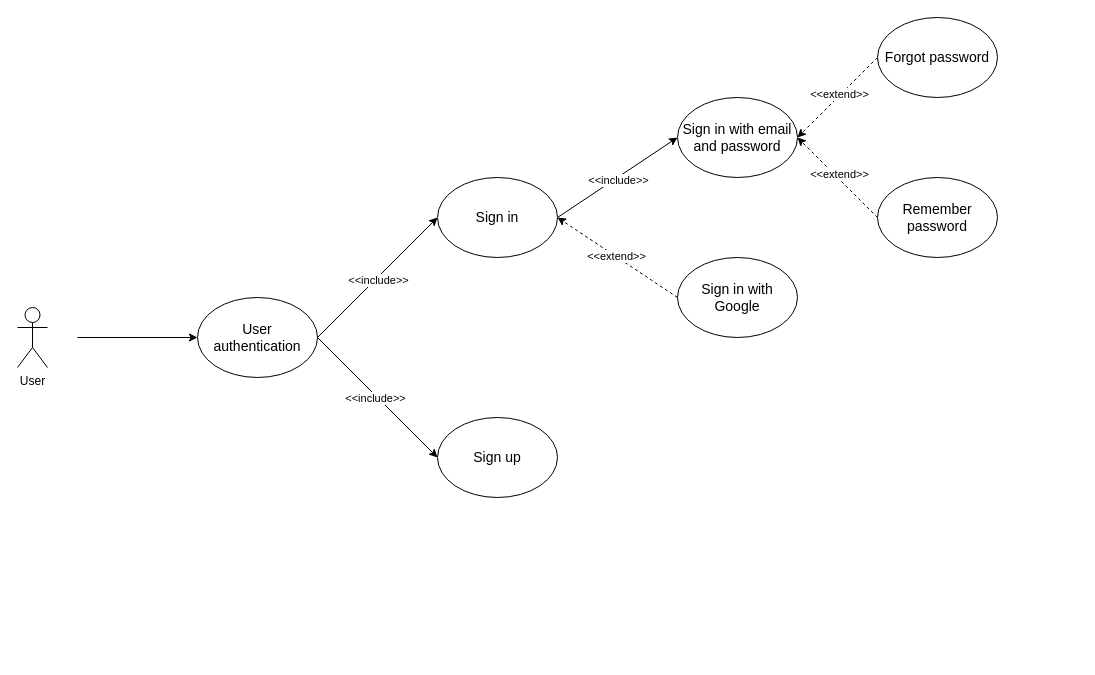
This is page "usecase: User authentication" (2 of 5) of designs/usecase.drawio from PhoenixWK/spirit-blossom, a draw.io file, before an edit. Source tidied: cells renumbered, new cells numbered last; positions are measured from the earlier drawing's top-left corner, leaving out a move shared by most shapes. Both pictures are drawn from the tidied source at 100%, with x=0, y=0 at pixel (17, 17).
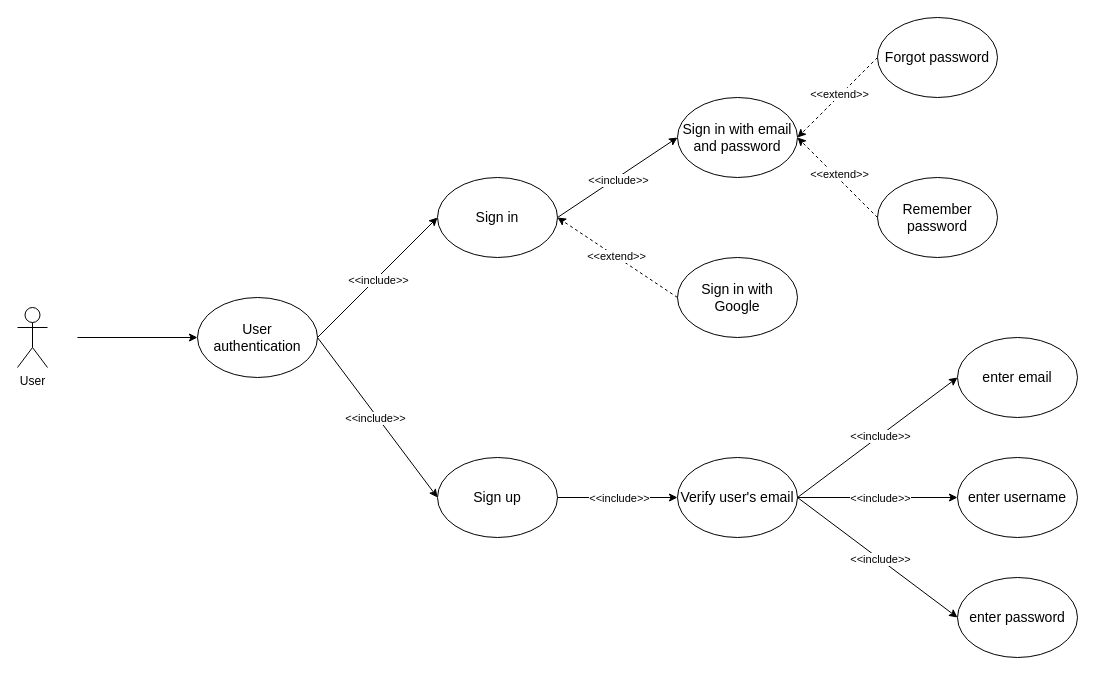
Above is the later version.

Change to the diagram source:
```diff
@@
     <mxCell id="3" value="&lt;font style=&quot;font-size: 14px;&quot;&gt;Sign up&lt;/font&gt;" style="ellipse;whiteSpace=wrap;html=1;fillColor=none;" parent="1" vertex="1">
-      <mxGeometry x="420" y="400" width="120" height="80" as="geometry" />
+      <mxGeometry x="420" y="440" width="120" height="80" as="geometry" />
     </mxCell>
@@
+    <mxCell id="23" value="&lt;font style=&quot;font-size: 14px;&quot;&gt;Verify user's email&lt;/font&gt;" style="ellipse;whiteSpace=wrap;html=1;" parent="1" vertex="1">
+      <mxGeometry x="660" y="440" width="120" height="80" as="geometry" />
+    </mxCell>
+    <mxCell id="24" style="endArrow=classic;html=1;rounded=0;exitX=1;exitY=0.5;exitDx=0;exitDy=0;entryX=0;entryY=0.5;entryDx=0;entryDy=0;" parent="1" edge="1" source="3" target="23">
+      <mxGeometry relative="1" as="geometry" />
+    </mxCell>
+    <mxCell id="25" value="&amp;lt;&amp;lt;include&amp;gt;&amp;gt;" style="edgeLabel;html=1;align=center;verticalAlign=middle;" parent="24" vertex="1">
+      <mxGeometry x="0.02" relative="1" as="geometry" />
+    </mxCell>
+    <mxCell id="26" value="&lt;font style=&quot;font-size: 14px;&quot;&gt;enter email&lt;/font&gt;" style="ellipse;whiteSpace=wrap;html=1;" parent="1" vertex="1">
+      <mxGeometry x="940" y="320" width="120" height="80" as="geometry" />
+    </mxCell>
+    <mxCell id="27" value="&lt;font style=&quot;font-size: 14px;&quot;&gt;enter password&lt;/font&gt;" style="ellipse;whiteSpace=wrap;html=1;" parent="1" vertex="1">
+      <mxGeometry x="940" y="560" width="120" height="80" as="geometry" />
+    </mxCell>
+    <mxCell id="28" value="&lt;font style=&quot;font-size: 14px;&quot;&gt;enter username&lt;/font&gt;" style="ellipse;whiteSpace=wrap;html=1;" parent="1" vertex="1">
+      <mxGeometry x="940" y="440" width="120" height="80" as="geometry" />
+    </mxCell>
+    <mxCell id="29" style="endArrow=classic;html=1;rounded=0;exitX=1;exitY=0.5;exitDx=0;exitDy=0;entryX=0;entryY=0.5;entryDx=0;entryDy=0;" parent="1" edge="1" source="23" target="26">
+      <mxGeometry relative="1" as="geometry" />
+    </mxCell>
+    <mxCell id="30" value="&amp;lt;&amp;lt;include&amp;gt;&amp;gt;" style="edgeLabel;html=1;align=center;verticalAlign=middle;" parent="29" vertex="1">
+      <mxGeometry x="0.03" relative="1" as="geometry" />
+    </mxCell>
+    <mxCell id="31" style="endArrow=classic;html=1;rounded=0;exitX=1;exitY=0.5;exitDx=0;exitDy=0;entryX=0;entryY=0.5;entryDx=0;entryDy=0;" parent="1" edge="1" source="23" target="28">
+      <mxGeometry relative="1" as="geometry" />
+    </mxCell>
+    <mxCell id="32" value="&amp;lt;&amp;lt;include&amp;gt;&amp;gt;" style="edgeLabel;html=1;align=center;verticalAlign=middle;" parent="31" vertex="1">
+      <mxGeometry x="0.03" relative="1" as="geometry" />
+    </mxCell>
+    <mxCell id="33" style="endArrow=classic;html=1;rounded=0;exitX=1;exitY=0.5;exitDx=0;exitDy=0;entryX=0;entryY=0.5;entryDx=0;entryDy=0;" parent="1" edge="1" source="23" target="27">
+      <mxGeometry relative="1" as="geometry" />
+    </mxCell>
+    <mxCell id="34" value="&amp;lt;&amp;lt;include&amp;gt;&amp;gt;" style="edgeLabel;html=1;align=center;verticalAlign=middle;" parent="33" vertex="1">
+      <mxGeometry x="0.03" relative="1" as="geometry" />
+    </mxCell>
```
